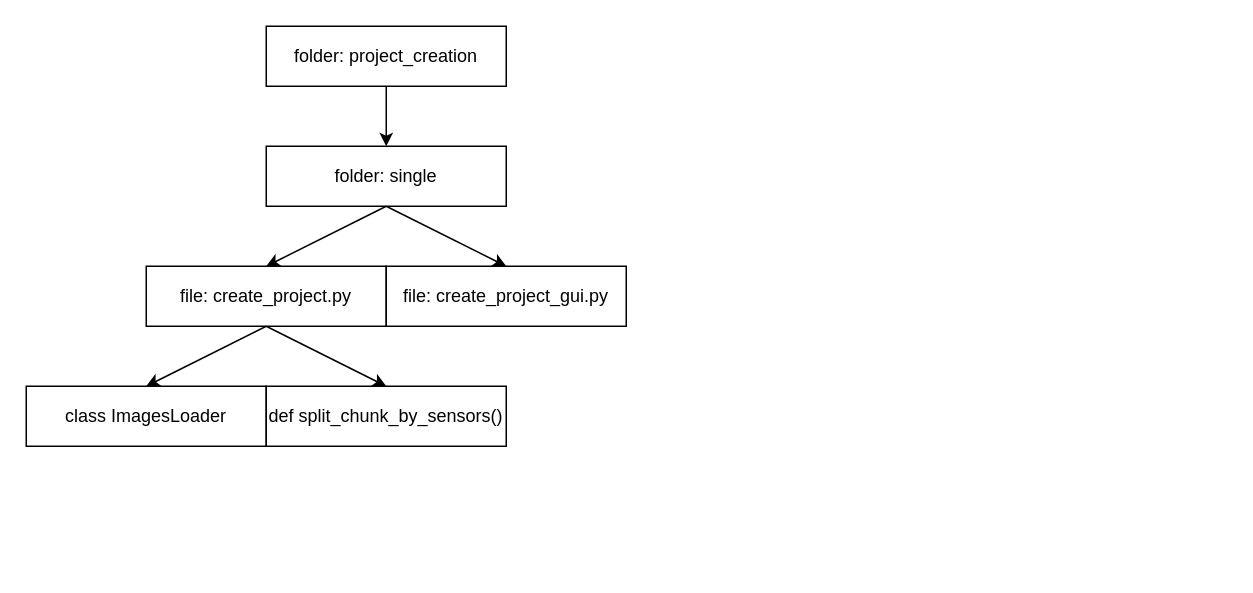
The draw.io diagram CreateProjectFromDir.drawio in go-enov/diagrams, before the edit. Source tidied: cells renumbered, new cells numbered last; positions are measured from the earlier drawing's top-left corner, leaving out a move shared by most shapes. Both pictures are drawn from the tidied source at 150%, with x=0, y=0 at pixel (26, 26).
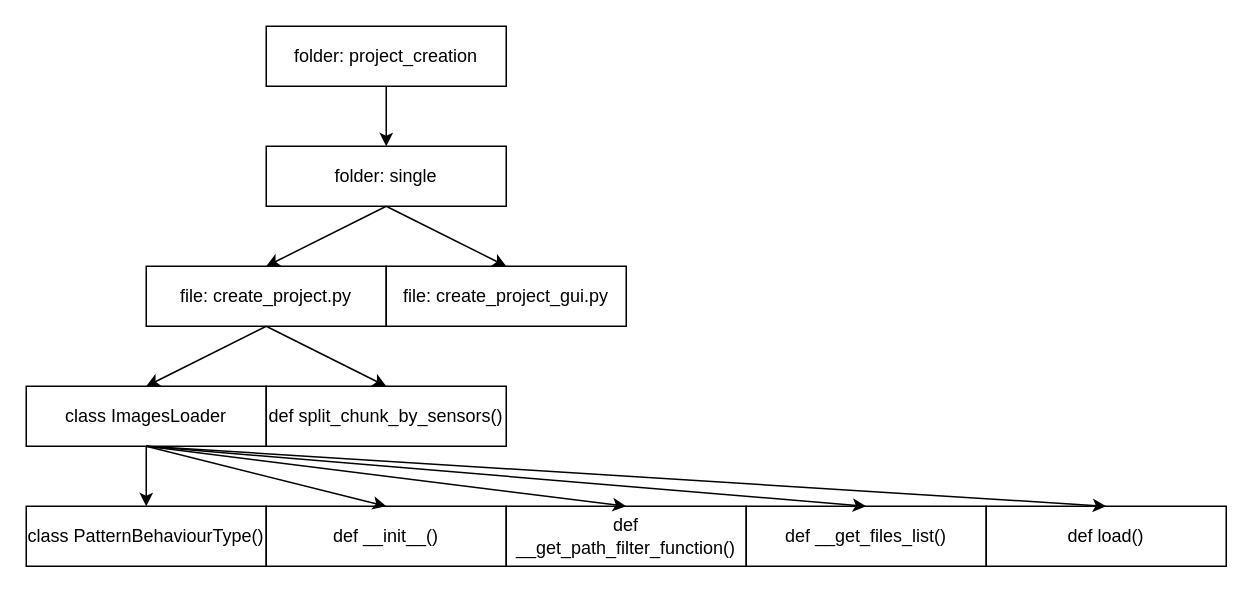
The same diagram, later.

Commit message:
class ImagesLoader tree.drawio

The change refers to these unchanged cells:
```xml
<mxCell id="9" value="class ImagesLoader" style="rounded=0;whiteSpace=wrap;html=1;" parent="1" vertex="1">
  <mxGeometry y="240" width="160" height="40" as="geometry" />
</mxCell>
```

What changed in the source:
```diff
@@
+    <mxCell id="13" value="class PatternBehaviourType()" style="rounded=0;whiteSpace=wrap;html=1;" parent="1" vertex="1">
+      <mxGeometry y="320" width="160" height="40" as="geometry" />
+    </mxCell>
+    <mxCell id="14" style="endArrow=classic;html=1;rounded=0;exitX=0.5;exitY=1;exitDx=0;exitDy=0;entryX=0.5;entryY=0;entryDx=0;entryDy=0;" parent="1" edge="1" source="9" target="13">
+      <mxGeometry relative="1" as="geometry" />
+    </mxCell>
+    <mxCell id="15" value="def __init__()" style="rounded=0;whiteSpace=wrap;html=1;" parent="1" vertex="1">
+      <mxGeometry x="160" y="320" width="160" height="40" as="geometry" />
+    </mxCell>
+    <mxCell id="16" value="def __get_path_filter_function()" style="rounded=0;whiteSpace=wrap;html=1;" parent="1" vertex="1">
+      <mxGeometry x="320" y="320" width="160" height="40" as="geometry" />
+    </mxCell>
+    <mxCell id="17" value="def __get_files_list()" style="rounded=0;whiteSpace=wrap;html=1;" parent="1" vertex="1">
+      <mxGeometry x="480" y="320" width="160" height="40" as="geometry" />
+    </mxCell>
+    <mxCell id="18" value="def load()" style="rounded=0;whiteSpace=wrap;html=1;" parent="1" vertex="1">
+      <mxGeometry x="640" y="320" width="160" height="40" as="geometry" />
+    </mxCell>
+    <mxCell id="19" style="endArrow=classic;html=1;rounded=0;exitX=0.5;exitY=1;exitDx=0;exitDy=0;entryX=0.5;entryY=0;entryDx=0;entryDy=0;" parent="1" edge="1" source="9" target="15">
+      <mxGeometry relative="1" as="geometry" />
+    </mxCell>
+    <mxCell id="20" style="endArrow=classic;html=1;rounded=0;exitX=0.5;exitY=1;exitDx=0;exitDy=0;entryX=0.5;entryY=0;entryDx=0;entryDy=0;" parent="1" edge="1" source="9" target="16">
+      <mxGeometry relative="1" as="geometry" />
+    </mxCell>
+    <mxCell id="21" style="endArrow=classic;html=1;rounded=0;exitX=0.5;exitY=1;exitDx=0;exitDy=0;entryX=0.5;entryY=0;entryDx=0;entryDy=0;" parent="1" edge="1" source="9" target="17">
+      <mxGeometry relative="1" as="geometry" />
+    </mxCell>
+    <mxCell id="22" style="endArrow=classic;html=1;rounded=0;exitX=0.5;exitY=1;exitDx=0;exitDy=0;entryX=0.5;entryY=0;entryDx=0;entryDy=0;" parent="1" edge="1" source="9" target="18">
+      <mxGeometry relative="1" as="geometry" />
+    </mxCell>
```
